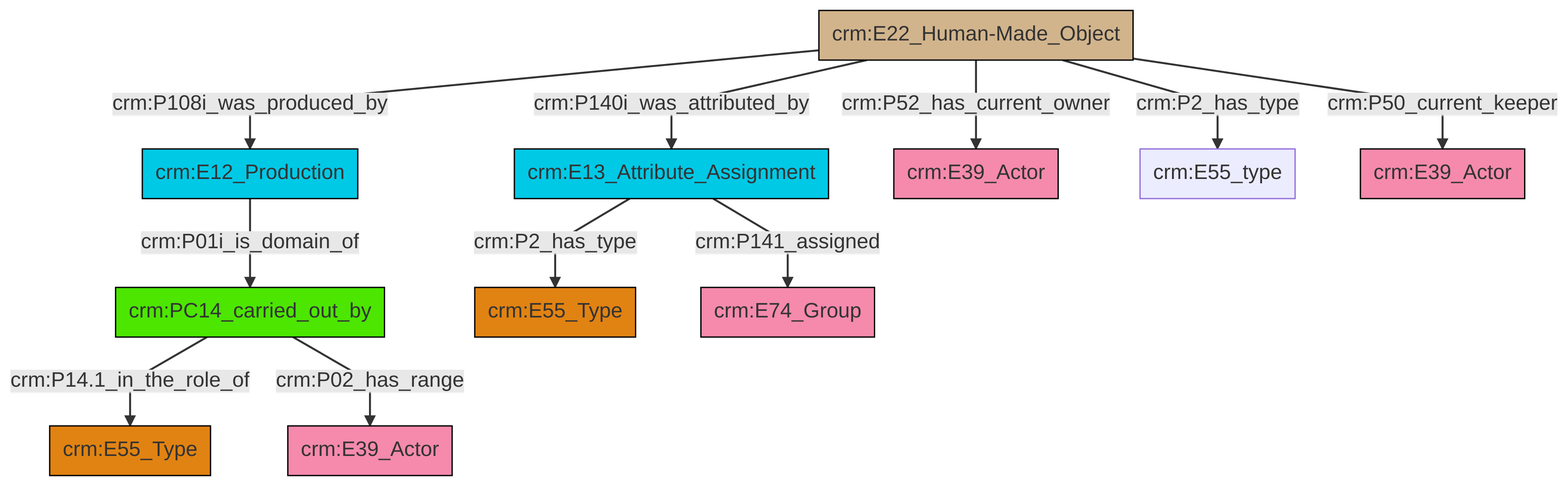
swiss-art-research-net/docs.swissartresearch keeps this Mermaid diagram as et/artworkCSV/ttl/mmd/png/Artwork_Actor_Relations.png. Above is the earlier version. Its source is kept beside it as et/artworkCSV/ttl/mmd/Artwork_Actor_Relations.ttl.mmd.
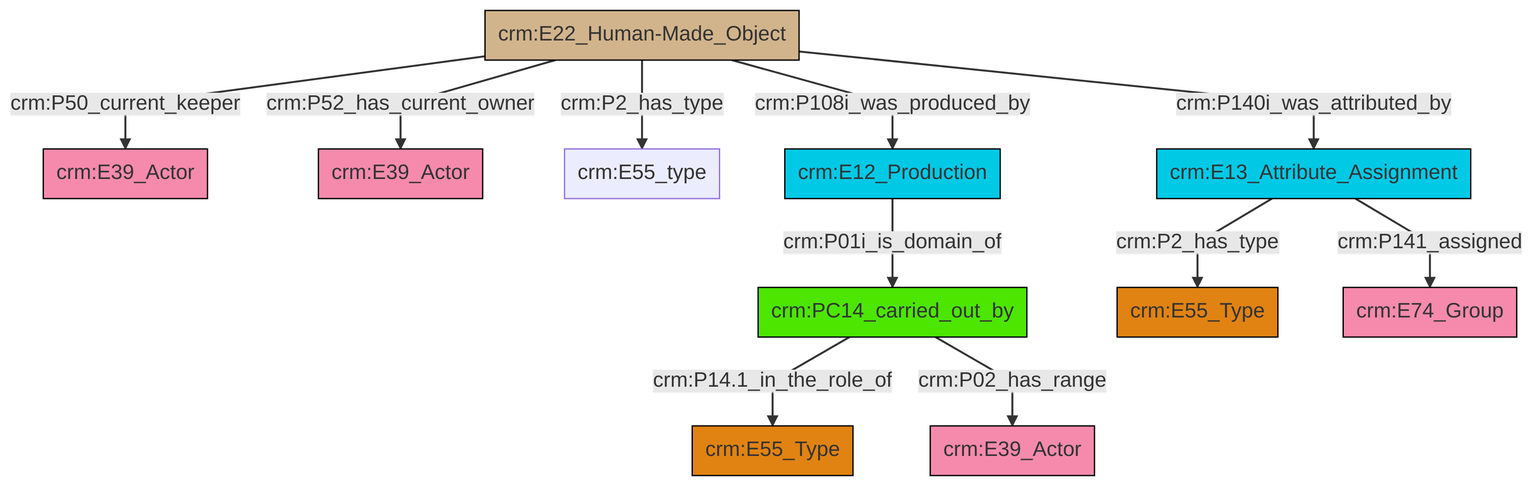
After the change.

Diff of the diagram source:
```diff
@@ -13,13 +13,13 @@
 classDef PC_Classes fill:#4ce600, stroke:#000000;
 classDef Multi fill:#cccccc,stroke:#000000;
 
-0["crm:PC14_carried_out_by"]:::PC_Classes -->|crm:P14.1_in_the_role_of| 1["crm:E55_Type"]:::Type
-9["crm:E13_Attribute_Assignment"]:::Temporal_Entity -->|crm:P2_has_type| 2["crm:E55_Type"]:::Type
-11["crm:E22_Human-Made_Object"]:::Physical_Thing -->|crm:P52_has_current_owner| 12["crm:E39_Actor"]:::Actor
-9["crm:E13_Attribute_Assignment"]:::Temporal_Entity -->|crm:P141_assigned| 7["crm:E74_Group"]:::Actor
-11["crm:E22_Human-Made_Object"]:::Physical_Thing -->|crm:P2_has_type| 15["crm:E55_type"]:::Default
-11["crm:E22_Human-Made_Object"]:::Physical_Thing -->|crm:P50_current_keeper| 16["crm:E39_Actor"]:::Actor
-0["crm:PC14_carried_out_by"]:::PC_Classes -->|crm:P02_has_range| 19["crm:E39_Actor"]:::Actor
-4["crm:E12_Production"]:::Temporal_Entity -->|crm:P01i_is_domain_of| 0["crm:PC14_carried_out_by"]:::PC_Classes
-11["crm:E22_Human-Made_Object"]:::Physical_Thing -->|crm:P108i_was_produced_by| 4["crm:E12_Production"]:::Temporal_Entity
-11["crm:E22_Human-Made_Object"]:::Physical_Thing -->|crm:P140i_was_attributed_by| 9["crm:E13_Attribute_Assignment"]:::Temporal_Entity
+0["crm:E22_Human-Made_Object"]:::Physical_Thing -->|crm:P50_current_keeper| 1["crm:E39_Actor"]:::Actor
+0["crm:E22_Human-Made_Object"]:::Physical_Thing -->|crm:P52_has_current_owner| 2["crm:E39_Actor"]:::Actor
+3["crm:E13_Attribute_Assignment"]:::Temporal_Entity -->|crm:P2_has_type| 4["crm:E55_Type"]:::Type
+6["crm:PC14_carried_out_by"]:::PC_Classes -->|crm:P14.1_in_the_role_of| 7["crm:E55_Type"]:::Type
+0["crm:E22_Human-Made_Object"]:::Physical_Thing -->|crm:P2_has_type| 9["crm:E55_type"]:::Default
+3["crm:E13_Attribute_Assignment"]:::Temporal_Entity -->|crm:P141_assigned| 10["crm:E74_Group"]:::Actor
+14["crm:E12_Production"]:::Temporal_Entity -->|crm:P01i_is_domain_of| 6["crm:PC14_carried_out_by"]:::PC_Classes
+0["crm:E22_Human-Made_Object"]:::Physical_Thing -->|crm:P108i_was_produced_by| 14["crm:E12_Production"]:::Temporal_Entity
+6["crm:PC14_carried_out_by"]:::PC_Classes -->|crm:P02_has_range| 16["crm:E39_Actor"]:::Actor
+0["crm:E22_Human-Made_Object"]:::Physical_Thing -->|crm:P140i_was_attributed_by| 3["crm:E13_Attribute_Assignment"]:::Temporal_Entity
```
